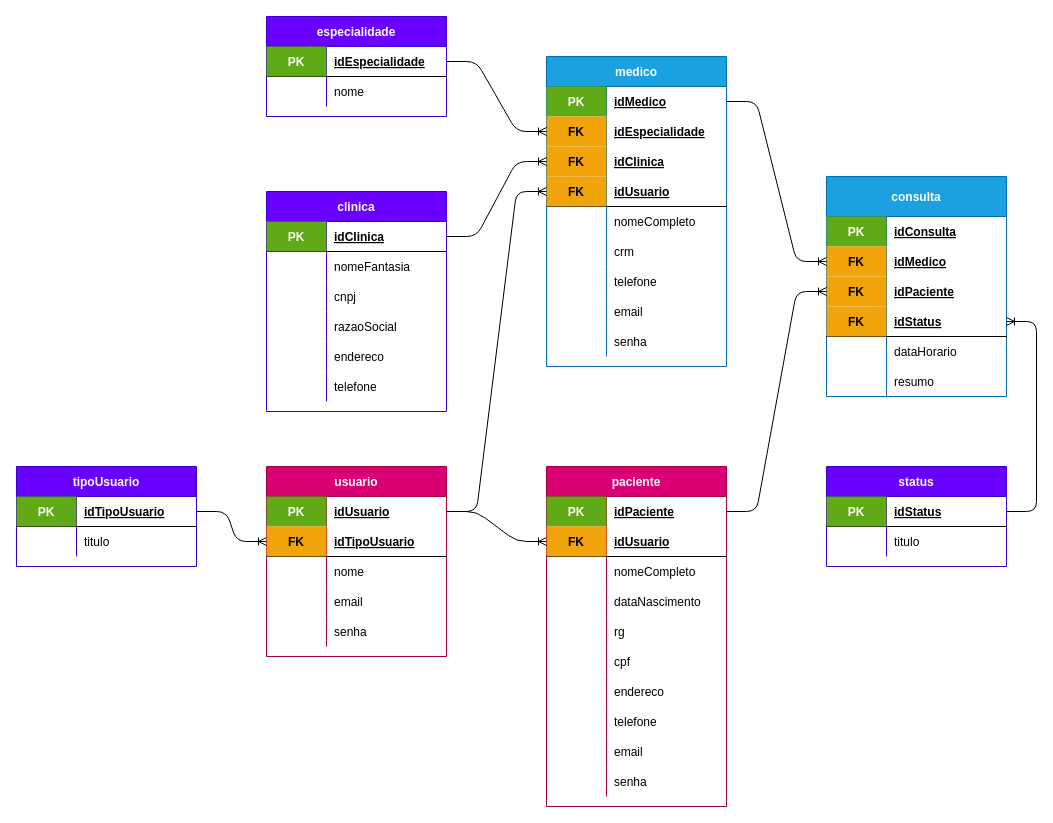
Before: page "lógico" (2 of 2) of SP MEDICAL GROUP/sprint_1_BD/modelagens/modelagem-SP_MED_GROUP.drawio in s-f22/SENAI_2, a draw.io diagram. Source tidied: cells renumbered, new cells numbered last; positions are measured from the earlier drawing's top-left corner, leaving out a move shared by most shapes. Both pictures are drawn from the tidied source at 100%, with x=0, y=0 at pixel (16, 16).
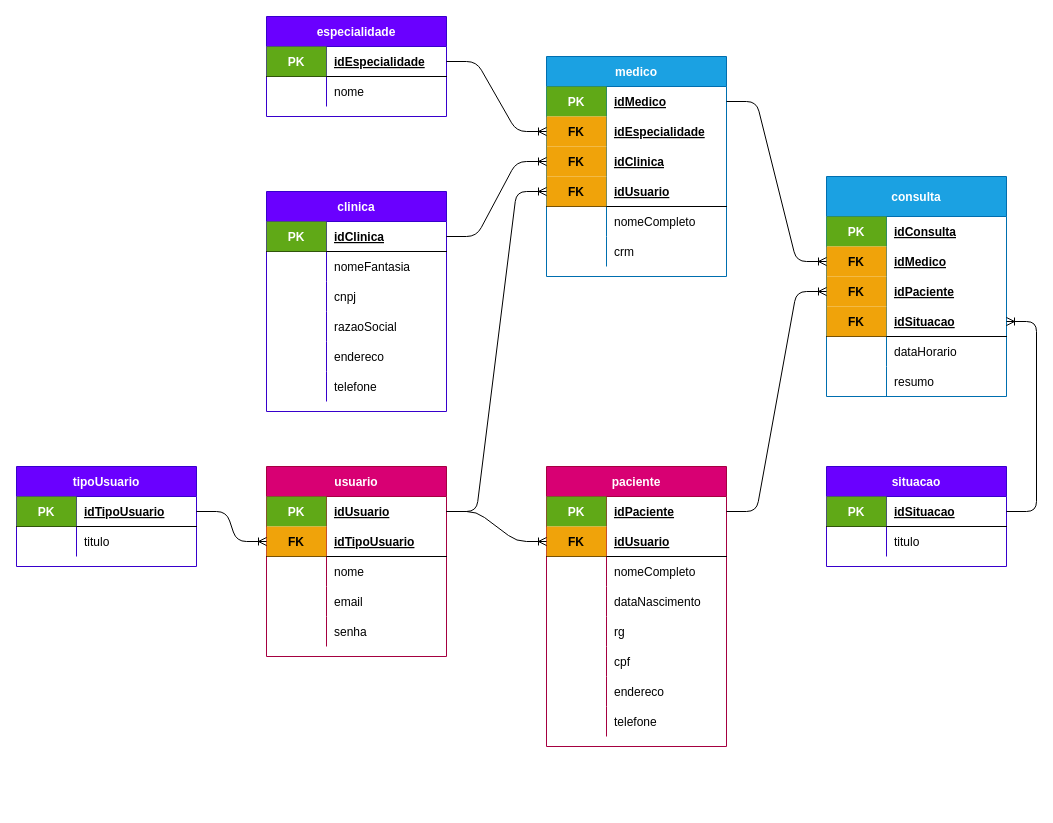
The same diagram, later.

The change refers to these unchanged cells:
```xml
<mxCell id="52" style="shape=partialRectangle;fillColor=none;top=0;left=0;bottom=1;right=0;points=[[0,0.5],[1,0.5]];portConstraint=eastwest;" parent="51" vertex="1">
  <mxGeometry y="30" width="180" height="30" as="geometry" />
</mxCell>
<mxCell id="68" style="shape=partialRectangle;fillColor=none;top=0;left=0;bottom=1;right=0;points=[[0,0.5],[1,0.5]];portConstraint=eastwest;" parent="58" vertex="1">
  <mxGeometry y="130" width="180" height="30" as="geometry" />
</mxCell>
```

The edit, as a diff of the source:
```diff
@@
-    <mxCell id="51" value="status" style="shape=table;startSize=30;childLayout=tableLayout;rowLines=0;fontStyle=1;align=center;fillColor=#6a00ff;strokeColor=#3700CC;fontColor=#ffffff;" parent="1" vertex="1">
+    <mxCell id="51" value="situacao" style="shape=table;startSize=30;childLayout=tableLayout;rowLines=0;fontStyle=1;align=center;fillColor=#6a00ff;strokeColor=#3700CC;fontColor=#ffffff;" parent="1" vertex="1">
       <mxGeometry x="810" y="450" width="180" height="100" as="geometry" />
     </mxCell>
@@
-    <mxCell id="54" value="idStatus" style="shape=partialRectangle;fillColor=none;top=0;left=0;bottom=0;right=0;align=left;spacingLeft=6;fontStyle=5;overflow=hidden;" parent="52" vertex="1">
+    <mxCell id="54" value="idSituacao" style="shape=partialRectangle;fillColor=none;top=0;left=0;bottom=0;right=0;align=left;spacingLeft=6;fontStyle=5;overflow=hidden;" parent="52" vertex="1">
       <mxGeometry x="60" width="120" height="30" as="geometry" />
     </mxCell>
@@
-    <mxCell id="70" value="idStatus" style="shape=partialRectangle;fillColor=none;top=0;left=0;bottom=0;right=0;align=left;spacingLeft=6;fontStyle=5;overflow=hidden;" parent="68" vertex="1">
+    <mxCell id="70" value="idSituacao" style="shape=partialRectangle;fillColor=none;top=0;left=0;bottom=0;right=0;align=left;spacingLeft=6;fontStyle=5;overflow=hidden;" parent="68" vertex="1">
       <mxGeometry x="60" width="120" height="30" as="geometry" />
     </mxCell>
@@
     <mxCell id="77" value="paciente" style="shape=table;startSize=30;childLayout=tableLayout;rowLines=0;fontStyle=1;align=center;fillColor=#d80073;strokeColor=#A50040;fontColor=#ffffff;" parent="1" vertex="1">
-      <mxGeometry x="530" y="450" width="180" height="340" as="geometry" />
+      <mxGeometry x="530" y="450" width="180" height="280" as="geometry" />
     </mxCell>
@@
-    <mxCell id="102" style="shape=partialRectangle;fillColor=none;top=0;left=0;bottom=0;right=0;" parent="77" vertex="1">
-      <mxGeometry y="270" width="180" height="30" as="geometry" />
-    </mxCell>
-    <mxCell id="103" style="shape=partialRectangle;fillColor=none;top=0;left=0;bottom=0;right=0;overflow=hidden;" parent="102" vertex="1">
-      <mxGeometry width="60" height="30" as="geometry" />
-    </mxCell>
-    <mxCell id="104" value="email" style="shape=partialRectangle;fillColor=none;top=0;left=0;bottom=0;right=0;align=left;spacingLeft=6;overflow=hidden;" parent="102" vertex="1">
-      <mxGeometry x="60" width="120" height="30" as="geometry" />
-    </mxCell>
-    <mxCell id="105" style="shape=partialRectangle;fillColor=none;top=0;left=0;bottom=0;right=0;" parent="77" vertex="1">
-      <mxGeometry y="300" width="180" height="30" as="geometry" />
-    </mxCell>
-    <mxCell id="106" style="shape=partialRectangle;fillColor=none;top=0;left=0;bottom=0;right=0;overflow=hidden;" parent="105" vertex="1">
-      <mxGeometry width="60" height="30" as="geometry" />
-    </mxCell>
-    <mxCell id="107" value="senha" style="shape=partialRectangle;fillColor=none;top=0;left=0;bottom=0;right=0;align=left;spacingLeft=6;overflow=hidden;" parent="105" vertex="1">
-      <mxGeometry x="60" width="120" height="30" as="geometry" />
-    </mxCell>
@@
     <mxCell id="109" value="medico" style="shape=table;startSize=30;childLayout=tableLayout;rowLines=0;fontStyle=1;align=center;fillColor=#1ba1e2;strokeColor=#006EAF;fontColor=#ffffff;" parent="1" vertex="1">
-      <mxGeometry x="530" y="40" width="180" height="310" as="geometry" />
+      <mxGeometry x="530" y="40" width="180" height="220" as="geometry" />
     </mxCell>
@@
-    <mxCell id="128" style="shape=partialRectangle;fillColor=none;top=0;left=0;bottom=0;right=0;" parent="109" vertex="1">
-      <mxGeometry y="210" width="180" height="30" as="geometry" />
-    </mxCell>
-    <mxCell id="129" style="shape=partialRectangle;fillColor=none;top=0;left=0;bottom=0;right=0;overflow=hidden;" parent="128" vertex="1">
-      <mxGeometry width="60" height="30" as="geometry" />
-    </mxCell>
-    <mxCell id="130" value="telefone" style="shape=partialRectangle;fillColor=none;top=0;left=0;bottom=0;right=0;align=left;spacingLeft=6;overflow=hidden;" parent="128" vertex="1">
-      <mxGeometry x="60" width="120" height="30" as="geometry" />
-    </mxCell>
-    <mxCell id="131" style="shape=partialRectangle;fillColor=none;top=0;left=0;bottom=0;right=0;" parent="109" vertex="1">
-      <mxGeometry y="240" width="180" height="30" as="geometry" />
-    </mxCell>
-    <mxCell id="132" style="shape=partialRectangle;fillColor=none;top=0;left=0;bottom=0;right=0;overflow=hidden;" parent="131" vertex="1">
-      <mxGeometry width="60" height="30" as="geometry" />
-    </mxCell>
-    <mxCell id="133" value="email" style="shape=partialRectangle;fillColor=none;top=0;left=0;bottom=0;right=0;align=left;spacingLeft=6;overflow=hidden;" parent="131" vertex="1">
-      <mxGeometry x="60" width="120" height="30" as="geometry" />
-    </mxCell>
-    <mxCell id="134" style="shape=partialRectangle;fillColor=none;top=0;left=0;bottom=0;right=0;" parent="109" vertex="1">
-      <mxGeometry y="270" width="180" height="30" as="geometry" />
-    </mxCell>
-    <mxCell id="135" style="shape=partialRectangle;fillColor=none;top=0;left=0;bottom=0;right=0;overflow=hidden;" parent="134" vertex="1">
-      <mxGeometry width="60" height="30" as="geometry" />
-    </mxCell>
-    <mxCell id="136" value="senha" style="shape=partialRectangle;fillColor=none;top=0;left=0;bottom=0;right=0;align=left;spacingLeft=6;overflow=hidden;" parent="134" vertex="1">
-      <mxGeometry x="60" width="120" height="30" as="geometry" />
-    </mxCell>
```
